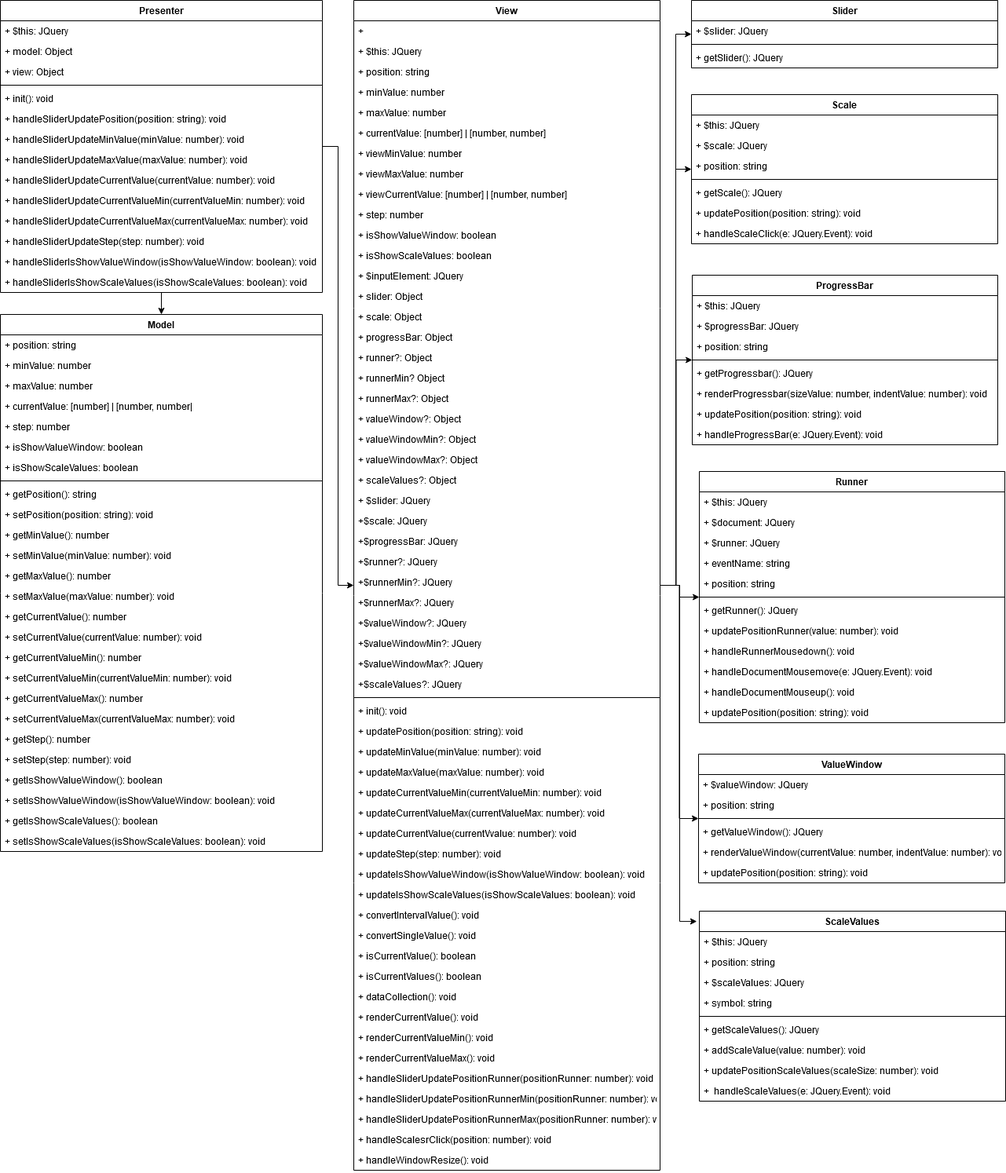
Above: src/images/Diagram.png in evgeny1993r/jquery-slider-plugin (draw.io), before the change. Source tidied: cells renumbered, new cells last; positions are measured from the earlier drawing's top-left corner, leaving out a move shared by most shapes.
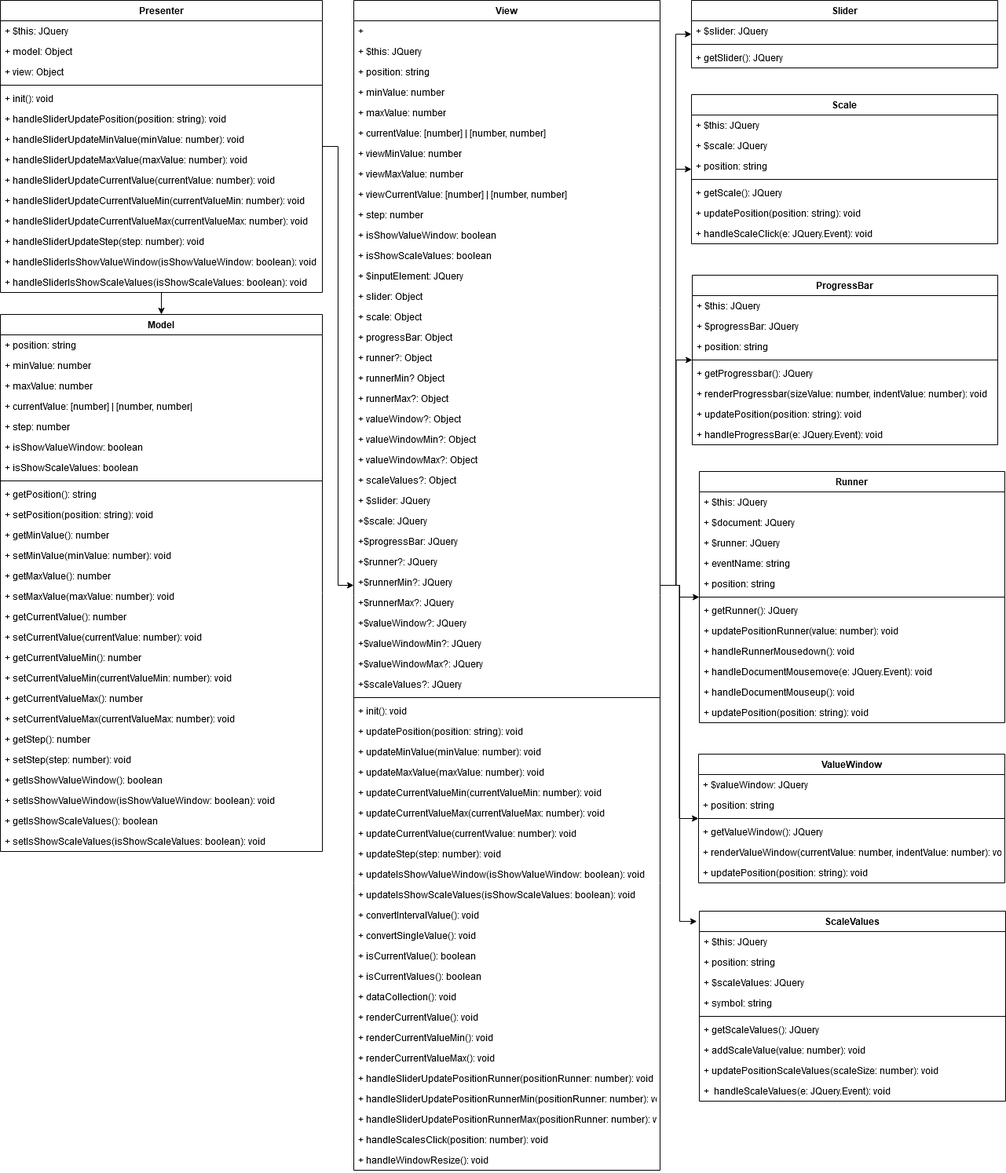
After the commit.

The edit, as a diff of the source:
```diff
@@ -188,7 +188,7 @@
     <mxCell id="63" value="+ handleSliderUpdatePositionRunnerMax(positionRunner: number): void&#10;" style="text;strokeColor=none;fillColor=none;align=left;verticalAlign=top;spacingLeft=4;spacingRight=4;overflow=hidden;" parent="8" vertex="1">
       <mxGeometry y="1412" width="390" height="26" as="geometry" />
     </mxCell>
-    <mxCell id="64" value="+ handleScalesrClick(position: number): void&#10;" style="text;strokeColor=none;fillColor=none;align=left;verticalAlign=top;spacingLeft=4;spacingRight=4;overflow=hidden;" parent="8" vertex="1">
+    <mxCell id="64" value="+ handleScalesClick(position: number): void&#10;" style="text;strokeColor=none;fillColor=none;align=left;verticalAlign=top;spacingLeft=4;spacingRight=4;overflow=hidden;" parent="8" vertex="1">
       <mxGeometry y="1438" width="390" height="26" as="geometry" />
     </mxCell>
     <mxCell id="65" value="+ handleWindowResize(): void&#10;" style="text;strokeColor=none;fillColor=none;align=left;verticalAlign=top;spacingLeft=4;spacingRight=4;overflow=hidden;" parent="8" vertex="1">
```
